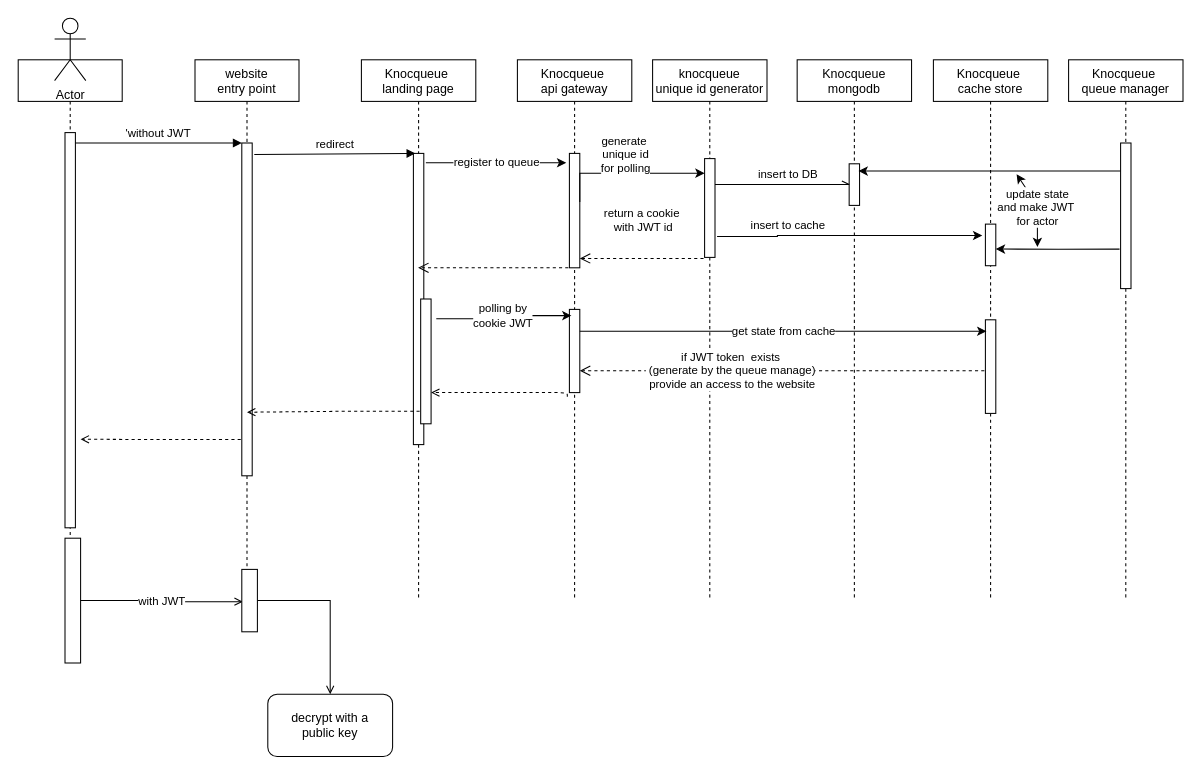
The draw.io diagram page "sequence-diagram" (2 of 6) of docs/main.drawio in itay-bardugo/knocqueue, before the edit. Source tidied: cells renumbered, new cells numbered last; positions are measured from the earlier drawing's top-left corner, leaving out a move shared by most shapes. Both pictures are drawn from the tidied source at 104%, with x=0, y=0 at pixel (18, 18).
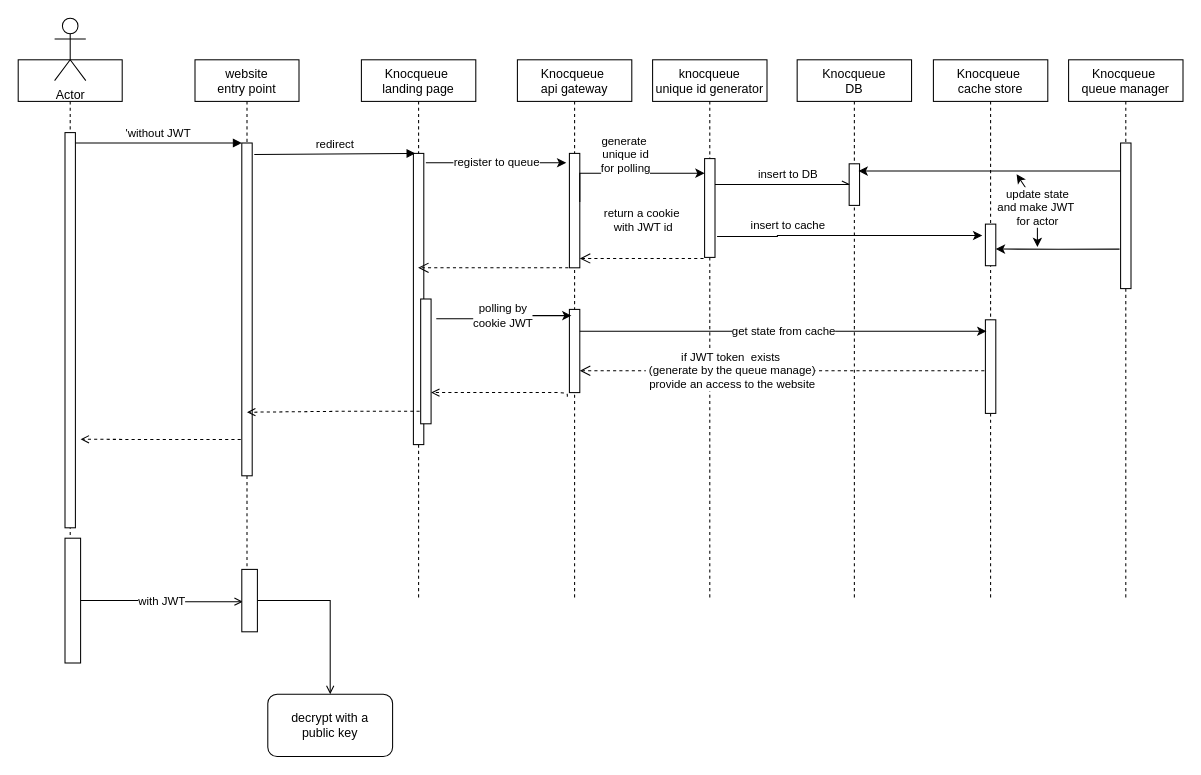
After the change.

What changed in the source:
```diff
@@
-    <mxCell id="20" value="Knocqueue &#10;mongodb" style="shape=umlLifeline;perimeter=lifelinePerimeter;rounded=0;shadow=0;strokeWidth=1;" parent="1" vertex="1">
+    <mxCell id="20" value="Knocqueue &#10;DB" style="shape=umlLifeline;perimeter=lifelinePerimeter;rounded=0;shadow=0;strokeWidth=1;" parent="1" vertex="1">
       <mxGeometry x="749" y="40" width="110" height="520" as="geometry" />
     </mxCell>
```
